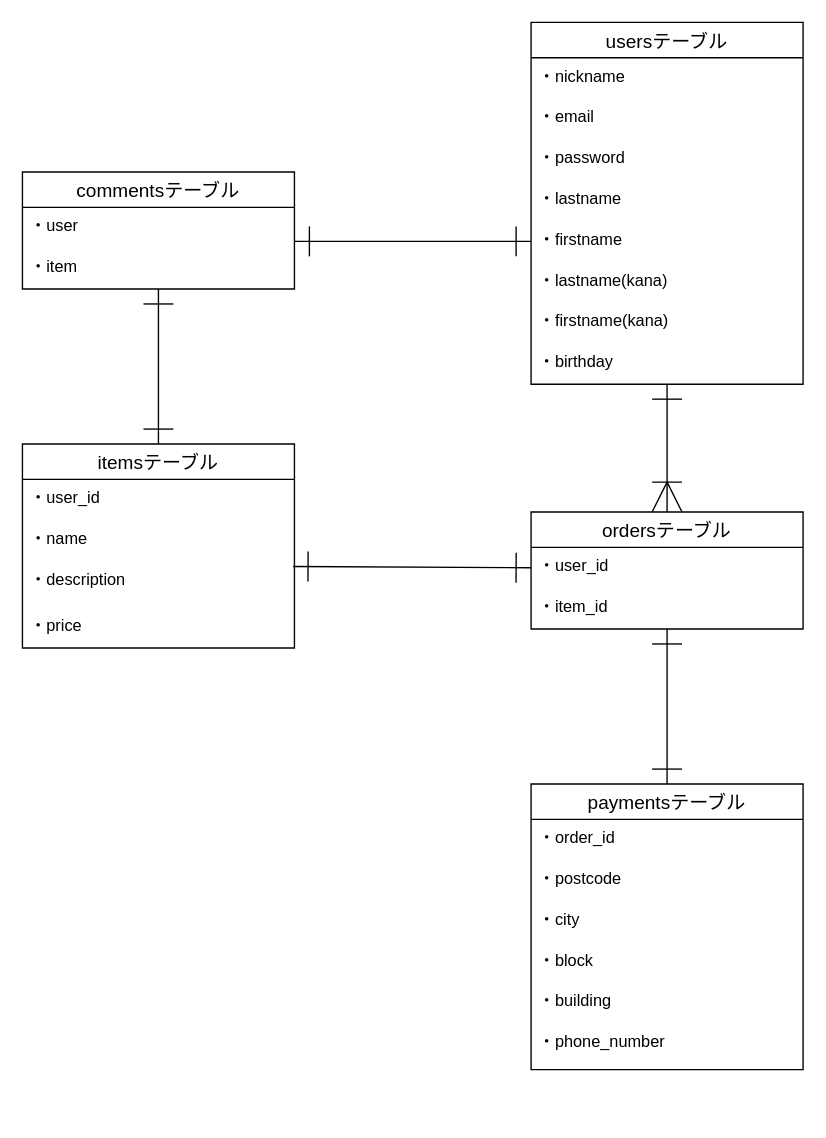
Above: app/test.dio in ichi-09ryo/furima-40609 (draw.io), before the change. Source tidied: cells renumbered, new cells numbered last; positions are measured from the earlier drawing's top-left corner, leaving out a move shared by most shapes. Both pictures are drawn from the tidied source at 136%, with x=0, y=0 at pixel (22, 22).
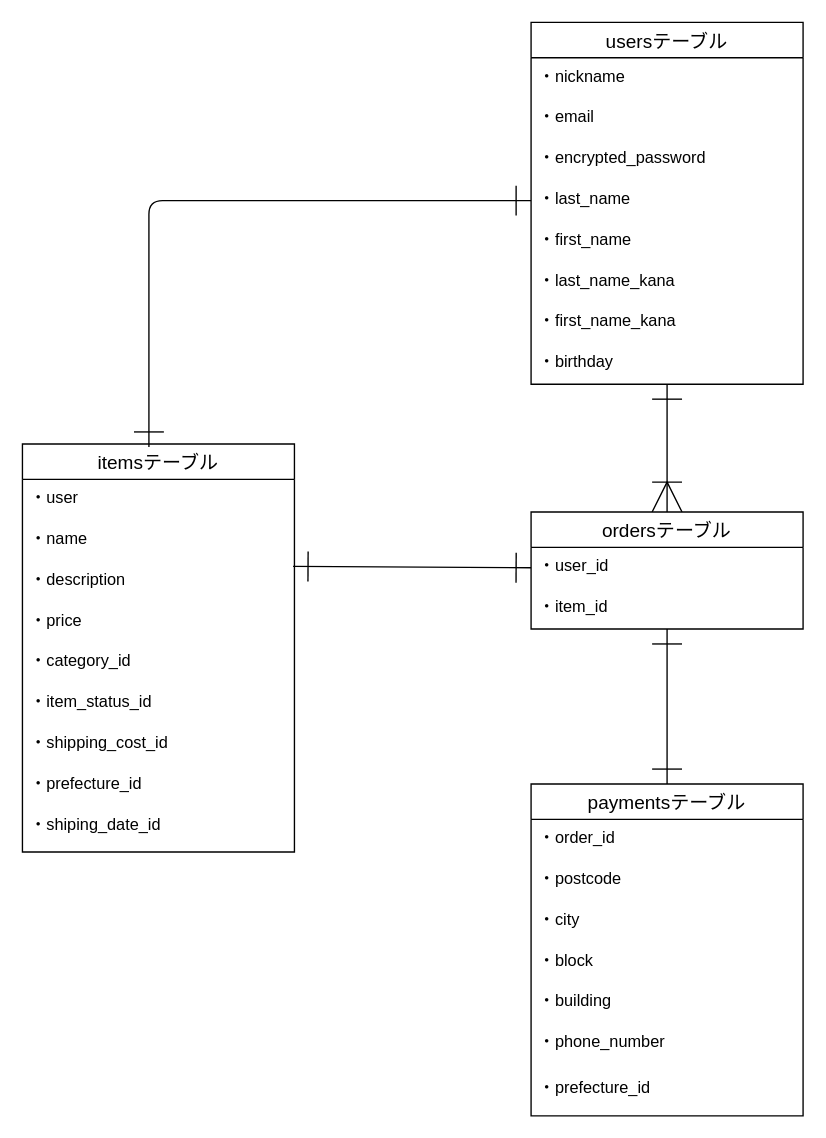
The same page after the edit.

Commit message (it also covers changes not shown here):
ER図、README修正

Unchanged cells that the change refers to:
```xml
<mxCell id="2" value="usersテーブル" style="swimlane;fontStyle=0;horizontal=1;startSize=26;align=center;fontSize=14;" parent="1" vertex="1">
  <mxGeometry x="374" width="200" height="266" as="geometry" />
</mxCell>
<mxCell id="19" value="・user_id" style="text;strokeColor=none;fillColor=none;spacingLeft=4;spacingRight=4;overflow=hidden;points=[[0,0.5],[1,0.5]];portConstraint=eastwest;fontSize=12;" parent="18" vertex="1">
  <mxGeometry y="26" width="200" height="30" as="geometry" />
</mxCell>
```

Diff of the diagram source:
```diff
@@
-    <mxCell id="5" value="・password" style="text;strokeColor=none;fillColor=none;spacingLeft=4;spacingRight=4;overflow=hidden;fontSize=12;" parent="2" vertex="1">
+    <mxCell id="5" value="・encrypted_password" style="text;strokeColor=none;fillColor=none;spacingLeft=4;spacingRight=4;overflow=hidden;fontSize=12;" parent="2" vertex="1">
       <mxGeometry y="86" width="200" height="30" as="geometry" />
     </mxCell>
-    <mxCell id="6" value="・lastname" style="text;strokeColor=none;fillColor=none;spacingLeft=4;spacingRight=4;overflow=hidden;points=[[0,0.5],[1,0.5]];portConstraint=eastwest;fontSize=12;" parent="2" vertex="1">
+    <mxCell id="6" value="・last_name" style="text;strokeColor=none;fillColor=none;spacingLeft=4;spacingRight=4;overflow=hidden;points=[[0,0.5],[1,0.5]];portConstraint=eastwest;fontSize=12;" parent="2" vertex="1">
       <mxGeometry y="116" width="200" height="30" as="geometry" />
     </mxCell>
-    <mxCell id="7" value="・firstname" style="text;strokeColor=none;fillColor=none;spacingLeft=4;spacingRight=4;overflow=hidden;points=[[0,0.5],[1,0.5]];portConstraint=eastwest;fontSize=12;" parent="2" vertex="1">
+    <mxCell id="7" value="・first_name" style="text;strokeColor=none;fillColor=none;spacingLeft=4;spacingRight=4;overflow=hidden;points=[[0,0.5],[1,0.5]];portConstraint=eastwest;fontSize=12;" parent="2" vertex="1">
       <mxGeometry y="146" width="200" height="30" as="geometry" />
     </mxCell>
-    <mxCell id="8" value="・lastname(kana)" style="text;strokeColor=none;fillColor=none;spacingLeft=4;spacingRight=4;overflow=hidden;fontSize=12;" parent="2" vertex="1">
+    <mxCell id="8" value="・last_name_kana" style="text;strokeColor=none;fillColor=none;spacingLeft=4;spacingRight=4;overflow=hidden;fontSize=12;" parent="2" vertex="1">
       <mxGeometry y="176" width="200" height="30" as="geometry" />
     </mxCell>
-    <mxCell id="9" value="・firstname(kana)" style="text;strokeColor=none;fillColor=none;spacingLeft=4;spacingRight=4;overflow=hidden;fontSize=12;" parent="2" vertex="1">
+    <mxCell id="9" value="・first_name_kana" style="text;strokeColor=none;fillColor=none;spacingLeft=4;spacingRight=4;overflow=hidden;fontSize=12;" parent="2" vertex="1">
       <mxGeometry y="206" width="200" height="30" as="geometry" />
     </mxCell>
@@
-    <mxCell id="11" style="edgeStyle=none;html=1;exitX=0.5;exitY=0;exitDx=0;exitDy=0;entryX=0.5;entryY=1;entryDx=0;entryDy=0;startArrow=ERone;startFill=0;endArrow=ERone;endFill=0;startSize=20;endSize=20;" parent="1" edge="1" source="12" target="30">
-      <mxGeometry relative="1" as="geometry" />
-    </mxCell>
     <mxCell id="12" value="itemsテーブル" style="swimlane;fontStyle=0;horizontal=1;startSize=26;align=center;fontSize=14;" parent="1" vertex="1">
-      <mxGeometry y="310" width="200" height="150" as="geometry" />
+      <mxGeometry y="310" width="200" height="300" as="geometry" />
     </mxCell>
-    <mxCell id="13" value="・user_id" style="text;strokeColor=none;fillColor=none;spacingLeft=4;spacingRight=4;overflow=hidden;fontSize=12;" parent="12" vertex="1">
-      <mxGeometry y="26" width="200" height="30" as="geometry" />
-    </mxCell>
+    <mxCell id="31" value="・user" style="text;strokeColor=none;fillColor=none;spacingLeft=4;spacingRight=4;overflow=hidden;points=[[0,0.5],[1,0.5]];portConstraint=eastwest;fontSize=12;" parent="12" vertex="1">
+      <mxGeometry y="26" width="200" height="30" as="geometry" />
+    </mxCell>
@@
     <mxCell id="15" value="・description" style="text;strokeColor=none;fillColor=none;spacingLeft=4;spacingRight=4;overflow=hidden;points=[[0,0.5],[1,0.5]];portConstraint=eastwest;fontSize=12;" parent="12" vertex="1">
-      <mxGeometry y="86" width="200" height="34" as="geometry" />
+      <mxGeometry y="86" width="200" height="30" as="geometry" />
     </mxCell>
     <mxCell id="16" value="・price" style="text;strokeColor=none;fillColor=none;spacingLeft=4;spacingRight=4;overflow=hidden;fontSize=12;" parent="12" vertex="1">
-      <mxGeometry y="120" width="200" height="30" as="geometry" />
+      <mxGeometry y="116" width="200" height="30" as="geometry" />
     </mxCell>
+    <mxCell id="34" value="・category_id" style="text;strokeColor=none;fillColor=none;spacingLeft=4;spacingRight=4;overflow=hidden;fontSize=12;" parent="12" vertex="1">
+      <mxGeometry y="146" width="200" height="30" as="geometry" />
+    </mxCell>
+    <mxCell id="35" value="・item_status_id" style="text;strokeColor=none;fillColor=none;spacingLeft=4;spacingRight=4;overflow=hidden;fontSize=12;" parent="12" vertex="1">
+      <mxGeometry y="176" width="200" height="30" as="geometry" />
+    </mxCell>
+    <mxCell id="36" value="・shipping_cost_id" style="text;strokeColor=none;fillColor=none;spacingLeft=4;spacingRight=4;overflow=hidden;fontSize=12;" parent="12" vertex="1">
+      <mxGeometry y="206" width="200" height="30" as="geometry" />
+    </mxCell>
+    <mxCell id="37" value="・prefecture_id" style="text;strokeColor=none;fillColor=none;spacingLeft=4;spacingRight=4;overflow=hidden;fontSize=12;" parent="12" vertex="1">
+      <mxGeometry y="236" width="200" height="30" as="geometry" />
+    </mxCell>
+    <mxCell id="13" value="・shiping_date_id" style="text;strokeColor=none;fillColor=none;spacingLeft=4;spacingRight=4;overflow=hidden;fontSize=12;" parent="12" vertex="1">
+      <mxGeometry y="266" width="200" height="34" as="geometry" />
+    </mxCell>
@@
     <mxCell id="22" value="paymentsテーブル" style="swimlane;fontStyle=0;horizontal=1;startSize=26;align=center;fontSize=14;" parent="1" vertex="1">
-      <mxGeometry x="374" y="560" width="200" height="210" as="geometry" />
+      <mxGeometry x="374" y="560" width="200" height="244" as="geometry" />
     </mxCell>
@@
+    <mxCell id="38" value="・phone_number" style="text;strokeColor=none;fillColor=none;spacingLeft=4;spacingRight=4;overflow=hidden;fontSize=12;" parent="22" vertex="1">
+      <mxGeometry y="176" width="200" height="34" as="geometry" />
+    </mxCell>
-    <mxCell id="28" value="・phone_number" style="text;strokeColor=none;fillColor=none;spacingLeft=4;spacingRight=4;overflow=hidden;fontSize=12;" parent="22" vertex="1">
-      <mxGeometry y="176" width="200" height="34" as="geometry" />
+    <mxCell id="28" value="・prefecture_id" style="text;strokeColor=none;fillColor=none;spacingLeft=4;spacingRight=4;overflow=hidden;fontSize=12;" parent="22" vertex="1">
+      <mxGeometry y="210" width="200" height="34" as="geometry" />
     </mxCell>
-    <mxCell id="29" style="edgeStyle=none;html=1;exitX=0;exitY=0.5;exitDx=0;exitDy=0;entryX=0.995;entryY=0.118;entryDx=0;entryDy=0;entryPerimeter=0;startArrow=ERone;startFill=0;endArrow=ERone;endFill=0;endSize=20;startSize=20;" parent="1" edge="1" source="19" target="15">
-      <mxGeometry relative="1" as="geometry" />
+    <mxCell id="29" style="edgeStyle=none;html=1;exitX=0;exitY=0.5;exitDx=0;exitDy=0;entryX=0.995;entryY=0.118;entryDx=0;entryDy=0;entryPerimeter=0;startArrow=ERone;startFill=0;endArrow=ERone;endFill=0;endSize=20;startSize=20;" parent="1" edge="1" source="19">
+      <mxGeometry relative="1" as="geometry">
+        <mxPoint x="199" y="400" as="targetPoint" />
+      </mxGeometry>
     </mxCell>
-    <mxCell id="30" value="commentsテーブル" style="swimlane;fontStyle=0;horizontal=1;startSize=26;align=center;fontSize=14;" parent="1" vertex="1">
-      <mxGeometry y="110" width="200" height="86" as="geometry" />
-    </mxCell>
-    <mxCell id="31" value="・user" style="text;strokeColor=none;fillColor=none;spacingLeft=4;spacingRight=4;overflow=hidden;points=[[0,0.5],[1,0.5]];portConstraint=eastwest;fontSize=12;" parent="30" vertex="1">
-      <mxGeometry y="26" width="200" height="30" as="geometry" />
-    </mxCell>
-    <mxCell id="32" value="・item" style="text;strokeColor=none;fillColor=none;spacingLeft=4;spacingRight=4;overflow=hidden;fontSize=12;" parent="30" vertex="1">
-      <mxGeometry y="56" width="200" height="30" as="geometry" />
-    </mxCell>
-    <mxCell id="33" style="edgeStyle=none;html=1;exitX=0;exitY=0.5;exitDx=0;exitDy=0;entryX=1;entryY=0.833;entryDx=0;entryDy=0;entryPerimeter=0;startArrow=ERone;startFill=0;endArrow=ERone;endFill=0;startSize=20;endSize=20;" parent="1" edge="1" source="7" target="31">
-      <mxGeometry relative="1" as="geometry" />
-    </mxCell>
+    <mxCell id="11" style="edgeStyle=orthogonalEdgeStyle;html=1;exitX=0;exitY=0.5;exitDx=0;exitDy=0;entryX=0.465;entryY=0.007;entryDx=0;entryDy=0;entryPerimeter=0;startArrow=ERone;startFill=0;endArrow=ERone;endFill=0;endSize=20;startSize=20;" parent="1" edge="1" source="6" target="12">
+      <mxGeometry relative="1" as="geometry" />
+    </mxCell>
```
